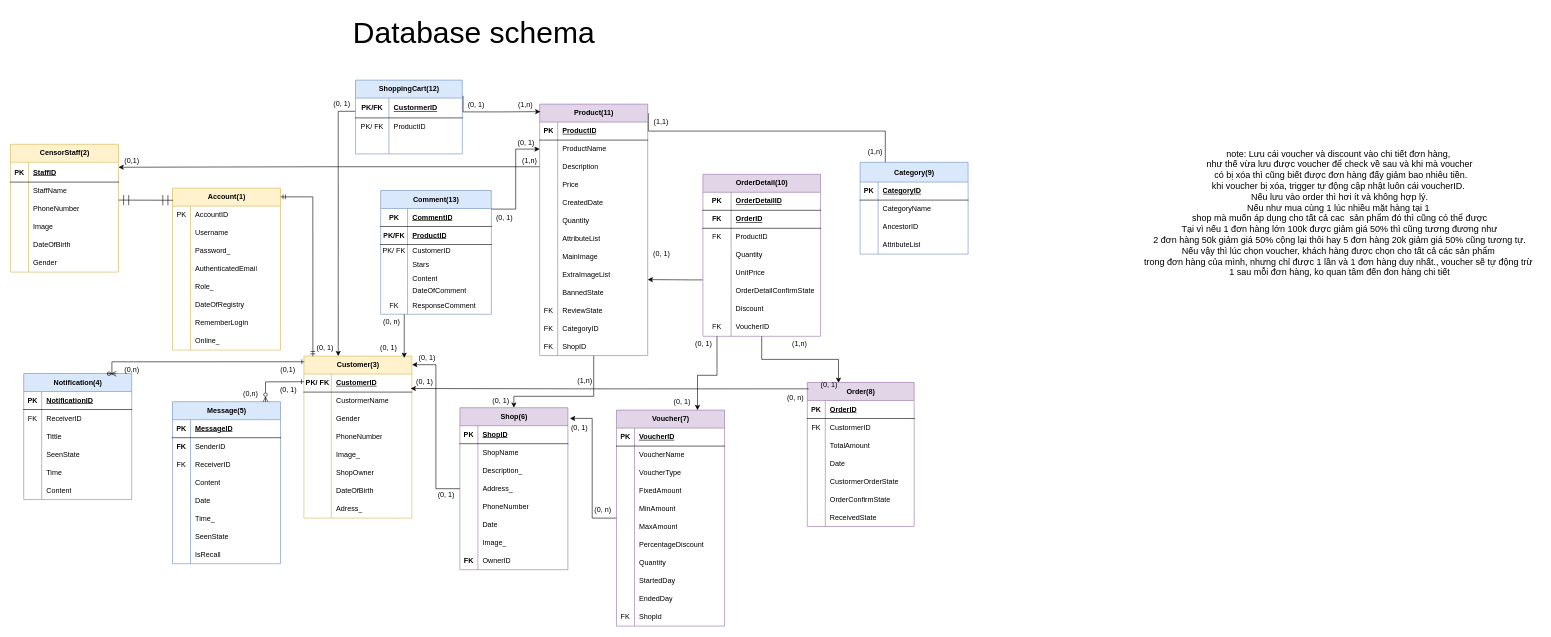
Above: page "database" (4 of 7) of Designed Diagram/diagram.drawio in lovecrushfamily/LovE-Commerce-v0.0.2 (draw.io), before the change. Source tidied: cells renumbered, new cells numbered last; positions are measured from the earlier drawing's top-left corner, leaving out a move shared by most shapes. Both pictures are drawn from the tidied source at 60%, with x=0, y=0 at pixel (10, 10).
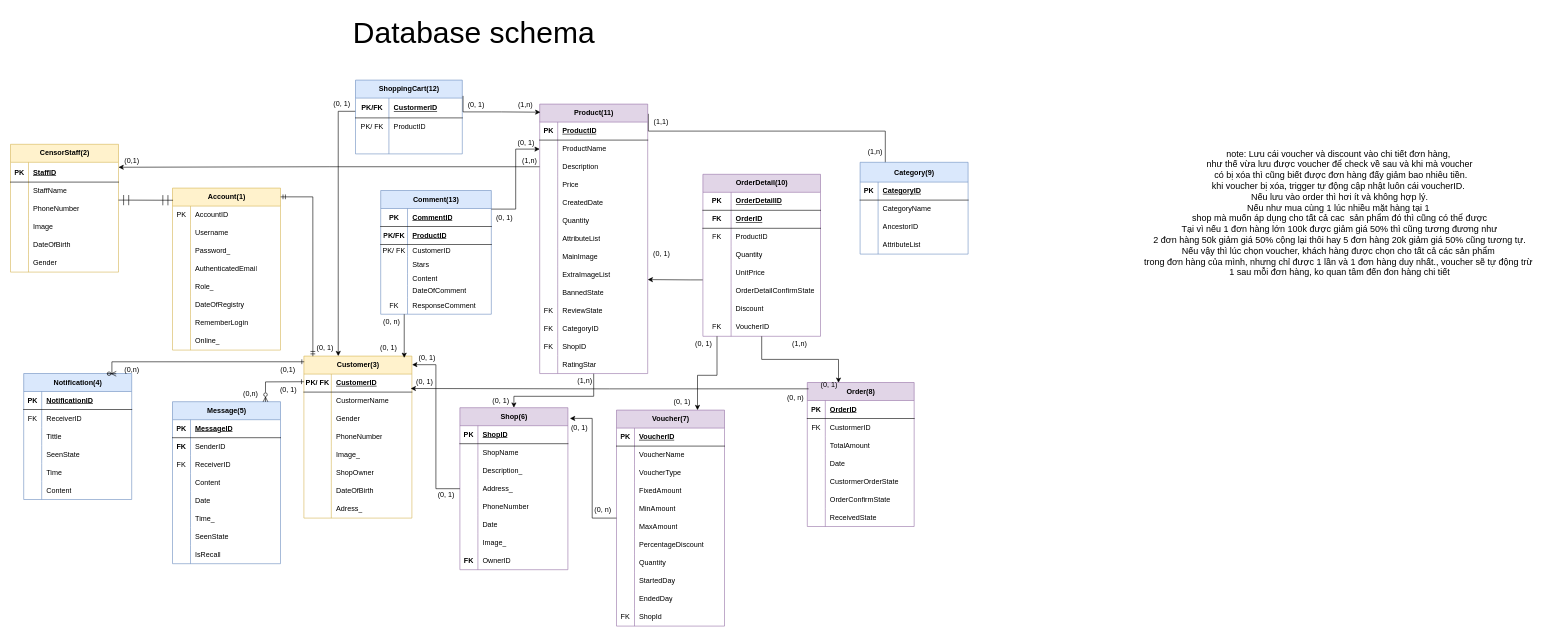
After the change.

Diff of the diagram source:
```diff
@@
     <mxCell id="52" value="Product(11)" style="shape=table;startSize=30;childLayout=tableLayout;rowLines=0;fontStyle=1;align=center;html=1;fillColor=#e1d5e7;strokeColor=#9673a6;" parent="1" vertex="1">
-      <mxGeometry x="882" y="156" width="180" height="419.1" as="geometry" />
+      <mxGeometry x="882" y="156" width="180" height="449.1" as="geometry" />
     </mxCell>
@@
+    <mxCell id="354" style="shape=tableRow;horizontal=0;startSize=0;swimlaneHead=0;swimlaneBody=0;fillColor=none;top=0;left=0;right=0;bottom=0;" parent="52" vertex="1">
+      <mxGeometry y="419" width="180" height="30" as="geometry" />
+    </mxCell>
+    <mxCell id="355" style="shape=partialRectangle;fillColor=none;top=0;left=0;bottom=0;right=0;overflow=hidden;whiteSpace=wrap;html=1;" parent="354" vertex="1">
+      <mxGeometry width="30" height="30" as="geometry" />
+    </mxCell>
+    <mxCell id="356" value="RatingStar" style="shape=partialRectangle;fillColor=none;top=0;left=0;bottom=0;right=0;align=left;spacingLeft=6;overflow=hidden;whiteSpace=wrap;html=1;" parent="354" vertex="1">
+      <mxGeometry x="30" width="150" height="30" as="geometry" />
+    </mxCell>
```
